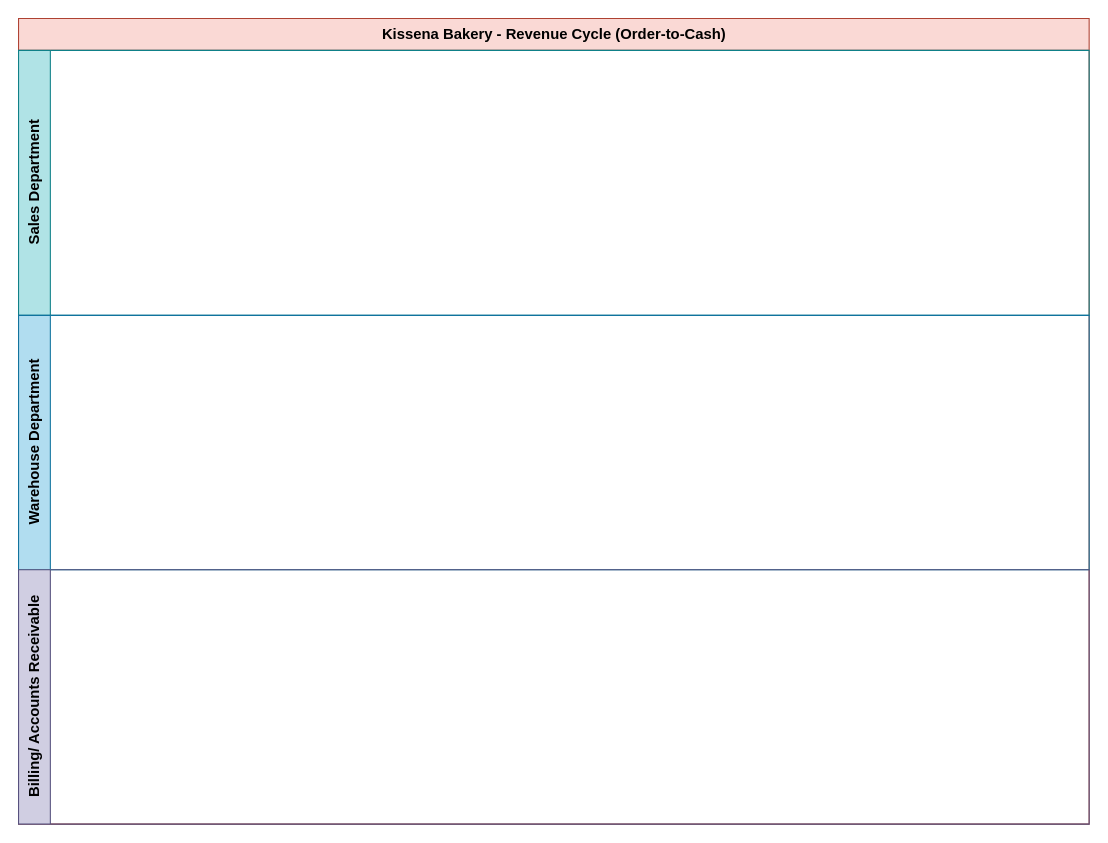
Earlier version of the draw.io diagram Revenue_Cycle_Controls.drawio (talyasharoni51-a11y/drawio). Source tidied: cells renumbered, new cells numbered last; positions are measured from the earlier drawing's top-left corner, leaving out a move shared by most shapes. Both pictures are drawn from the tidied source at 106%, with x=0, y=0 at pixel (18, 18).
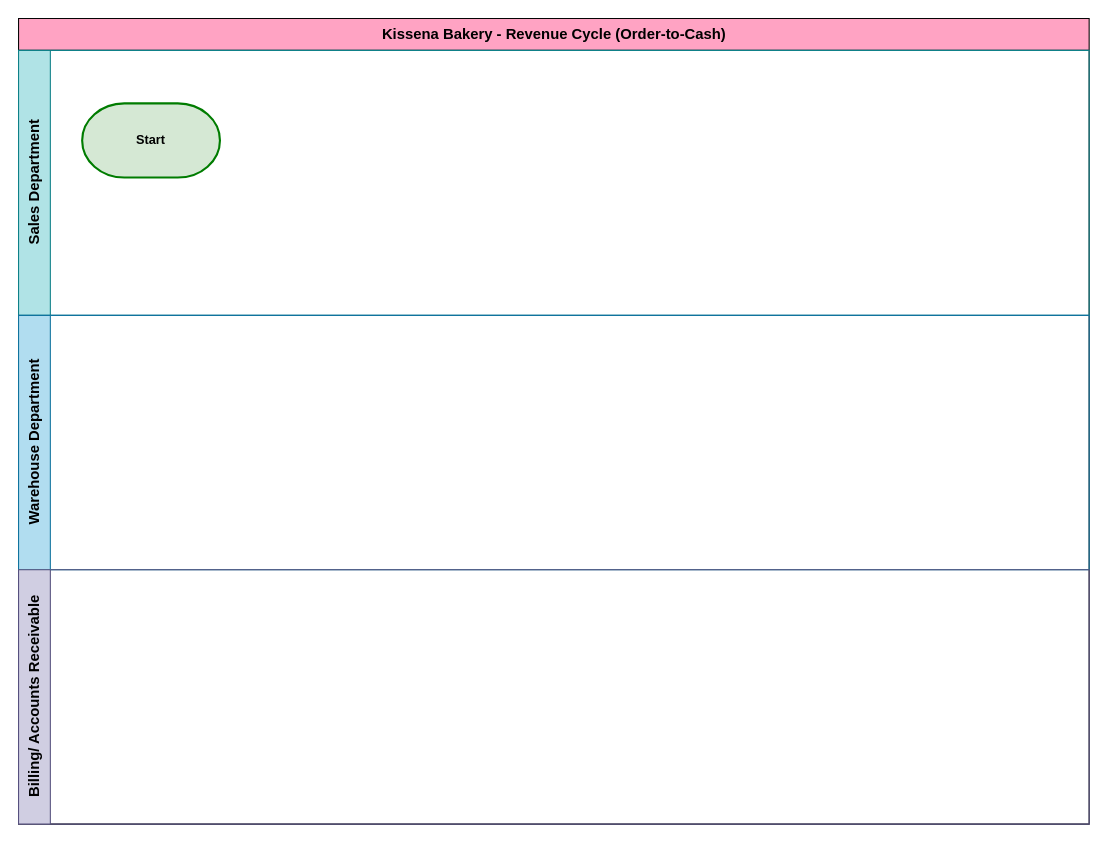
The same diagram, later.

Diff of the diagram source:
```diff
@@
 <mxGraphModel>
   <root>
     <mxCell id="0" />
     <mxCell id="1" parent="0" />
-    <mxCell id="2" value="&lt;font style=&quot;font-size: 14px;&quot;&gt;Kissena Bakery - Revenue Cycle (Order-to-Cash)&lt;/font&gt;" style="swimlane;horizontal=1;startSize=30;html=1;fillColor=#fad9d5;strokeColor=#ae4132;" parent="1" vertex="1">
+    <mxCell id="2" value="&lt;font style=&quot;font-size: 14px;&quot;&gt;Kissena Bakery - Revenue Cycle (Order-to-Cash)&lt;/font&gt;" style="swimlane;horizontal=1;startSize=30;html=1;fillColor=light-dark(#ffa3c3, #512d2b);strokeColor=light-dark(#050505, #d7817e);" parent="1" vertex="1">
       <mxGeometry width="1010" height="760" as="geometry" />
     </mxCell>
     <mxCell id="3" value="&lt;font style=&quot;font-size: 14px;&quot;&gt;Sales Department&lt;/font&gt;" style="swimlane;startSize=30;horizontal=0;html=1;fillColor=#b0e3e6;strokeColor=#0e8088;" parent="2" vertex="1">
       <mxGeometry y="30" width="1010" height="250" as="geometry" />
     </mxCell>
+    <mxCell id="6" value="&lt;b&gt;Start&lt;/b&gt;" style="strokeWidth=2;html=1;shape=mxgraph.flowchart.terminator;whiteSpace=wrap;fillColor=#d5e8d4;strokeColor=#007C00;" parent="3" vertex="1">
+      <mxGeometry x="60" y="50" width="130" height="70" as="geometry" />
+    </mxCell>
     <mxCell id="4" value="&lt;font style=&quot;font-size: 14px;&quot;&gt;Warehouse Department&lt;/font&gt;" style="swimlane;startSize=30;horizontal=0;html=1;fillColor=#b1ddf0;strokeColor=#10739e;" parent="2" vertex="1">
       <mxGeometry y="280" width="1010" height="240" as="geometry" />
     </mxCell>
     <mxCell id="5" value="&lt;font style=&quot;font-size: 14px;&quot;&gt;Billing/ Accounts Receivable&lt;/font&gt;" style="swimlane;startSize=30;horizontal=0;html=1;fillColor=#d0cee2;strokeColor=#56517e;" parent="2" vertex="1">
       <mxGeometry y="520" width="1010" height="240" as="geometry" />
     </mxCell>
   </root>
 </mxGraphModel>
```
